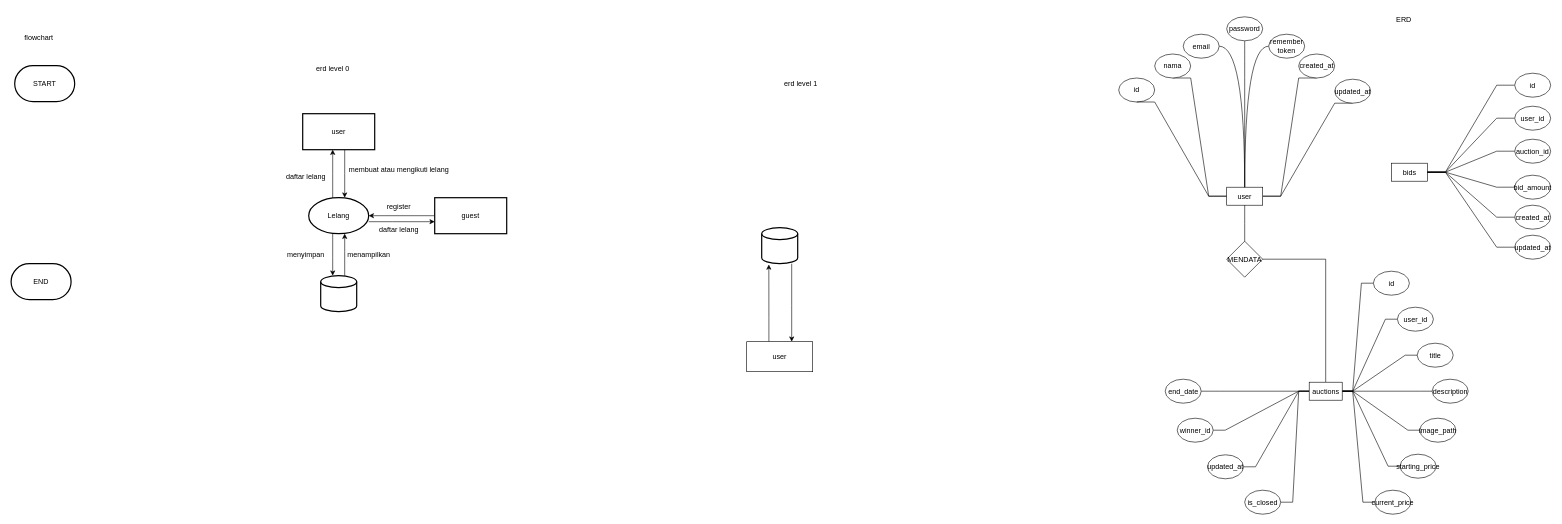
Earlier version of the draw.io diagram page "dfd level 0" (1 of 2) of erd.drawio (ujangPNG/tugas-besar-laravel). Source tidied: cells renumbered, new cells numbered last; positions are measured from the earlier drawing's top-left corner, leaving out a move shared by most shapes. Both pictures are drawn from the tidied source at 60%, with x=0, y=0 at pixel (11, 10).
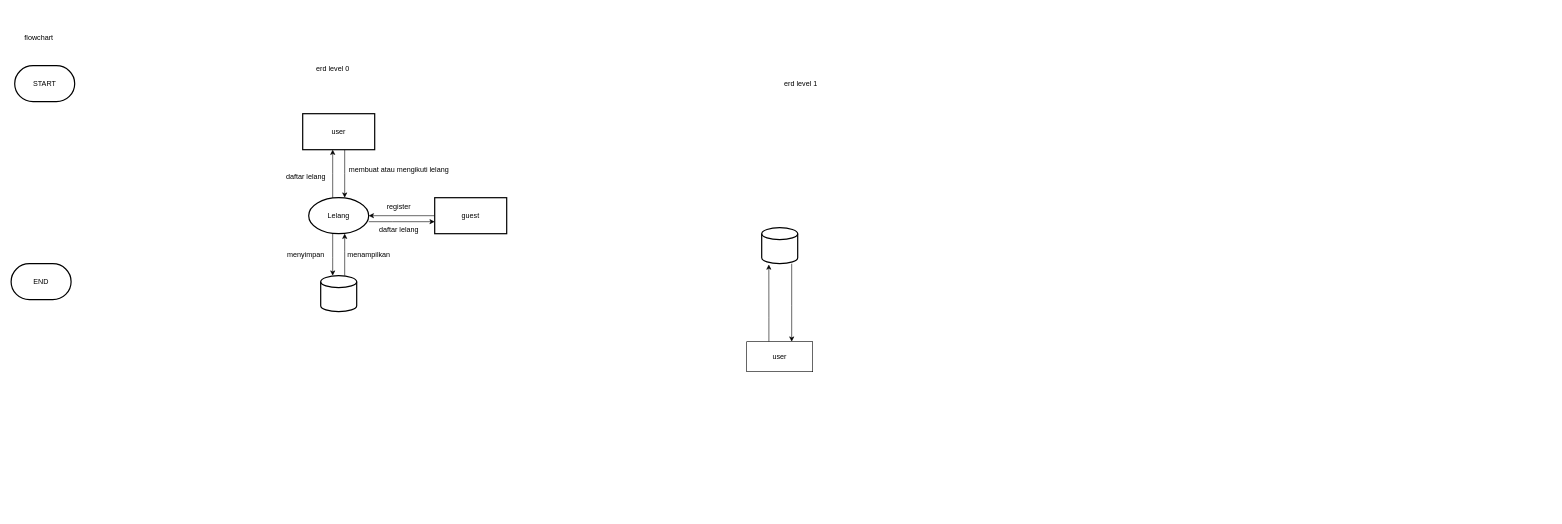
The same page after the edit.

Change to the diagram source:
```diff
@@
-    <mxCell id="27" value="ERD" style="text;html=1;align=center;verticalAlign=middle;strokeColor=none;fillColor=none;" parent="1" vertex="1">
-      <mxGeometry x="2296" width="50" height="30" as="geometry" />
-    </mxCell>
-    <mxCell id="28" value="id" style="ellipse;whiteSpace=wrap;html=1;" parent="1" vertex="1">
-      <mxGeometry x="1846" y="112.5" width="60" height="40" as="geometry" />
-    </mxCell>
-    <mxCell id="29" style="edgeStyle=entityRelationEdgeStyle;rounded=0;jettySize=auto;html=1;strokeWidth=1;strokeColor=default;endArrow=none;startFill=0;entryX=0.5;entryY=1;entryDx=0;entryDy=0;" parent="1" edge="1" source="33" target="28">
-      <mxGeometry relative="1" as="geometry" />
-    </mxCell>
-    <mxCell id="30" style="edgeStyle=entityRelationEdgeStyle;shape=connector;rounded=0;jettySize=auto;html=1;strokeColor=default;strokeWidth=1;align=center;verticalAlign=middle;fontFamily=Helvetica;fontSize=11;fontColor=default;labelBackgroundColor=default;startFill=0;endArrow=none;entryX=0.5;entryY=1;entryDx=0;entryDy=0;" parent="1" edge="1" source="33" target="37">
-      <mxGeometry relative="1" as="geometry" />
-    </mxCell>
-    <mxCell id="31" style="edgeStyle=entityRelationEdgeStyle;shape=connector;rounded=0;jettySize=auto;html=1;strokeColor=default;strokeWidth=1;align=center;verticalAlign=middle;fontFamily=Helvetica;fontSize=11;fontColor=default;labelBackgroundColor=default;startFill=0;endArrow=none;entryX=0.5;entryY=1;entryDx=0;entryDy=0;" parent="1" edge="1" source="33" target="44">
-      <mxGeometry relative="1" as="geometry" />
-    </mxCell>
-    <mxCell id="32" style="edgeStyle=entityRelationEdgeStyle;shape=connector;rounded=0;jettySize=auto;html=1;strokeColor=default;strokeWidth=1;align=center;verticalAlign=middle;fontFamily=Helvetica;fontSize=11;fontColor=default;labelBackgroundColor=default;startFill=0;endArrow=none;entryX=0.5;entryY=1;entryDx=0;entryDy=0;" parent="1" edge="1" source="33" target="45">
-      <mxGeometry relative="1" as="geometry" />
-    </mxCell>
-    <mxCell id="33" value="user" style="rounded=0;whiteSpace=wrap;html=1;" parent="1" vertex="1">
-      <mxGeometry x="2026" y="294.5" width="60" height="30" as="geometry" />
-    </mxCell>
-    <mxCell id="34" style="shape=connector;rounded=0;jettySize=auto;html=1;strokeColor=default;strokeWidth=1;align=center;verticalAlign=middle;fontFamily=Helvetica;fontSize=11;fontColor=default;labelBackgroundColor=default;startFill=0;endArrow=none;edgeStyle=elbowEdgeStyle;elbow=vertical;" parent="1" edge="1" source="36" target="33">
-      <mxGeometry relative="1" as="geometry" />
-    </mxCell>
-    <mxCell id="35" style="shape=connector;rounded=0;jettySize=auto;html=1;strokeColor=default;strokeWidth=1;align=center;verticalAlign=middle;fontFamily=Helvetica;fontSize=11;fontColor=default;labelBackgroundColor=default;startFill=0;endArrow=none;edgeStyle=elbowEdgeStyle;elbow=vertical;exitX=1;exitY=0.5;exitDx=0;exitDy=0;jumpStyle=gap;" parent="1" edge="1" source="36" target="58">
-      <mxGeometry relative="1" as="geometry">
-        <Array as="points">
-          <mxPoint x="2136" y="414.5" />
-        </Array>
-      </mxGeometry>
-    </mxCell>
-    <mxCell id="36" value="MENDATA" style="rhombus;whiteSpace=wrap;html=1;" parent="1" vertex="1">
-      <mxGeometry x="2026" y="384.5" width="60" height="60" as="geometry" />
-    </mxCell>
-    <mxCell id="37" value="nama" style="ellipse;whiteSpace=wrap;html=1;" parent="1" vertex="1">
-      <mxGeometry x="1906" y="72.5" width="60" height="40" as="geometry" />
-    </mxCell>
-    <mxCell id="38" style="edgeStyle=orthogonalEdgeStyle;shape=connector;curved=1;rounded=0;jettySize=auto;html=1;strokeColor=default;strokeWidth=1;align=center;verticalAlign=middle;fontFamily=Helvetica;fontSize=11;fontColor=default;labelBackgroundColor=default;startFill=0;endArrow=none;" parent="1" edge="1" source="39" target="33">
-      <mxGeometry relative="1" as="geometry" />
-    </mxCell>
-    <mxCell id="39" value="email" style="ellipse;whiteSpace=wrap;html=1;" parent="1" vertex="1">
-      <mxGeometry x="1953.5" y="39.5" width="60" height="40" as="geometry" />
-    </mxCell>
-    <mxCell id="40" style="edgeStyle=orthogonalEdgeStyle;shape=connector;curved=1;rounded=0;jettySize=auto;html=1;strokeColor=default;strokeWidth=1;align=center;verticalAlign=middle;fontFamily=Helvetica;fontSize=11;fontColor=default;labelBackgroundColor=default;startFill=0;endArrow=none;" parent="1" edge="1" source="41" target="33">
-      <mxGeometry relative="1" as="geometry" />
-    </mxCell>
-    <mxCell id="41" value="password" style="ellipse;whiteSpace=wrap;html=1;" parent="1" vertex="1">
-      <mxGeometry x="2026" y="10.5" width="60" height="40" as="geometry" />
-    </mxCell>
-    <mxCell id="42" style="edgeStyle=orthogonalEdgeStyle;shape=connector;curved=1;rounded=0;jettySize=auto;html=1;strokeColor=default;strokeWidth=1;align=center;verticalAlign=middle;fontFamily=Helvetica;fontSize=11;fontColor=default;labelBackgroundColor=default;startFill=0;endArrow=none;" parent="1" edge="1" source="43" target="33">
-      <mxGeometry relative="1" as="geometry" />
-    </mxCell>
-    <mxCell id="43" value="remember&lt;div&gt;token&lt;/div&gt;" style="ellipse;whiteSpace=wrap;html=1;" parent="1" vertex="1">
-      <mxGeometry x="2096" y="39.5" width="60" height="40" as="geometry" />
-    </mxCell>
-    <mxCell id="44" value="created_at" style="ellipse;whiteSpace=wrap;html=1;" parent="1" vertex="1">
-      <mxGeometry x="2146" y="72.5" width="60" height="40" as="geometry" />
-    </mxCell>
-    <mxCell id="45" value="updated_at" style="ellipse;whiteSpace=wrap;html=1;" parent="1" vertex="1">
-      <mxGeometry x="2206" y="114.5" width="60" height="40" as="geometry" />
-    </mxCell>
-    <mxCell id="46" style="edgeStyle=entityRelationEdgeStyle;rounded=0;jettySize=auto;html=1;strokeWidth=1;strokeColor=default;endArrow=none;startFill=0;horizontal=0;" parent="1" edge="1" source="53" target="58">
-      <mxGeometry relative="1" as="geometry" />
-    </mxCell>
-    <mxCell id="47" style="edgeStyle=entityRelationEdgeStyle;shape=connector;rounded=0;jettySize=auto;html=1;strokeColor=default;strokeWidth=1;align=center;verticalAlign=middle;fontFamily=Helvetica;fontSize=11;fontColor=default;labelBackgroundColor=default;startFill=0;endArrow=none;horizontal=0;" parent="1" edge="1" source="59" target="58">
-      <mxGeometry relative="1" as="geometry" />
-    </mxCell>
-    <mxCell id="48" style="edgeStyle=entityRelationEdgeStyle;shape=connector;rounded=0;jettySize=auto;html=1;strokeColor=default;strokeWidth=1;align=center;verticalAlign=middle;fontFamily=Helvetica;fontSize=11;fontColor=default;labelBackgroundColor=default;startFill=0;endArrow=none;horizontal=0;" parent="1" edge="1" source="60" target="58">
-      <mxGeometry relative="1" as="geometry" />
-    </mxCell>
-    <mxCell id="49" style="edgeStyle=entityRelationEdgeStyle;shape=connector;rounded=0;jettySize=auto;html=1;strokeColor=default;strokeWidth=1;align=center;verticalAlign=middle;fontFamily=Helvetica;fontSize=11;fontColor=default;labelBackgroundColor=default;startFill=0;endArrow=none;horizontal=0;jumpStyle=none;" parent="1" edge="1" source="61" target="58">
-      <mxGeometry relative="1" as="geometry" />
-    </mxCell>
-    <mxCell id="50" style="edgeStyle=entityRelationEdgeStyle;shape=connector;rounded=0;jettySize=auto;html=1;strokeColor=default;strokeWidth=1;align=center;verticalAlign=middle;fontFamily=Helvetica;fontSize=11;fontColor=default;labelBackgroundColor=default;startFill=0;endArrow=none;horizontal=0;" parent="1" edge="1" source="62" target="58">
-      <mxGeometry relative="1" as="geometry" />
-    </mxCell>
-    <mxCell id="51" style="edgeStyle=entityRelationEdgeStyle;shape=connector;rounded=0;jettySize=auto;html=1;strokeColor=default;strokeWidth=1;align=center;verticalAlign=middle;fontFamily=Helvetica;fontSize=11;fontColor=default;labelBackgroundColor=default;startFill=0;endArrow=none;horizontal=0;" parent="1" edge="1" source="63" target="58">
-      <mxGeometry relative="1" as="geometry" />
-    </mxCell>
-    <mxCell id="52" style="edgeStyle=entityRelationEdgeStyle;shape=connector;rounded=0;jettySize=auto;html=1;strokeColor=default;strokeWidth=1;align=center;verticalAlign=middle;fontFamily=Helvetica;fontSize=11;fontColor=default;labelBackgroundColor=default;startFill=0;endArrow=none;horizontal=0;" parent="1" edge="1" source="64" target="58">
-      <mxGeometry relative="1" as="geometry" />
-    </mxCell>
-    <mxCell id="53" value="id" style="ellipse;whiteSpace=wrap;html=1;rotation=90;direction=south;horizontal=0;" parent="1" vertex="1">
-      <mxGeometry x="2280.5" y="424.5" width="40" height="60" as="geometry" />
-    </mxCell>
-    <mxCell id="54" style="edgeStyle=entityRelationEdgeStyle;shape=connector;rounded=0;jettySize=auto;html=1;strokeColor=default;strokeWidth=1;align=center;verticalAlign=middle;fontFamily=Helvetica;fontSize=11;fontColor=default;labelBackgroundColor=default;startFill=0;endArrow=none;entryX=0;entryY=0.5;entryDx=0;entryDy=0;exitX=1;exitY=0.5;exitDx=0;exitDy=0;" parent="1" edge="1" source="58" target="65">
-      <mxGeometry relative="1" as="geometry">
-        <Array as="points">
-          <mxPoint x="2203.5" y="689.5" />
-          <mxPoint x="2203.5" y="739.5" />
-          <mxPoint x="2183.5" y="739.5" />
-          <mxPoint x="2191.5" y="739.5" />
-          <mxPoint x="2203.5" y="739.5" />
-          <mxPoint x="2213.5" y="739.5" />
-        </Array>
-      </mxGeometry>
-    </mxCell>
-    <mxCell id="55" style="edgeStyle=entityRelationEdgeStyle;shape=connector;rounded=0;jettySize=auto;html=1;strokeColor=default;strokeWidth=1;align=center;verticalAlign=middle;fontFamily=Helvetica;fontSize=11;fontColor=default;labelBackgroundColor=default;startFill=0;endArrow=none;" parent="1" edge="1" source="58" target="66">
-      <mxGeometry relative="1" as="geometry" />
-    </mxCell>
-    <mxCell id="56" style="edgeStyle=entityRelationEdgeStyle;shape=connector;rounded=0;jettySize=auto;html=1;strokeColor=default;strokeWidth=1;align=center;verticalAlign=middle;fontFamily=Helvetica;fontSize=11;fontColor=default;labelBackgroundColor=default;startFill=0;endArrow=none;" parent="1" edge="1" source="58" target="67">
-      <mxGeometry relative="1" as="geometry" />
-    </mxCell>
-    <mxCell id="57" style="edgeStyle=entityRelationEdgeStyle;shape=connector;rounded=0;jettySize=auto;html=1;strokeColor=default;strokeWidth=1;align=center;verticalAlign=middle;fontFamily=Helvetica;fontSize=11;fontColor=default;labelBackgroundColor=default;startFill=0;endArrow=none;" parent="1" edge="1" source="58" target="68">
-      <mxGeometry relative="1" as="geometry" />
-    </mxCell>
-    <mxCell id="58" value="auctions" style="rounded=0;whiteSpace=wrap;html=1;rotation=90;direction=south;horizontal=0;" parent="1" vertex="1">
-      <mxGeometry x="2176" y="607" width="30" height="55" as="geometry" />
-    </mxCell>
-    <mxCell id="59" value="user_id" style="ellipse;whiteSpace=wrap;html=1;rotation=90;direction=south;horizontal=0;" parent="1" vertex="1">
-      <mxGeometry x="2320.5" y="484.5" width="40" height="60" as="geometry" />
-    </mxCell>
-    <mxCell id="60" value="title" style="ellipse;whiteSpace=wrap;html=1;rotation=90;direction=south;horizontal=0;" parent="1" vertex="1">
-      <mxGeometry x="2353.5" y="544.5" width="40" height="60" as="geometry" />
-    </mxCell>
-    <mxCell id="61" value="description" style="ellipse;whiteSpace=wrap;html=1;rotation=90;direction=south;horizontal=0;" parent="1" vertex="1">
-      <mxGeometry x="2378.5" y="604.5" width="40" height="60" as="geometry" />
-    </mxCell>
-    <mxCell id="62" value="image_path" style="ellipse;whiteSpace=wrap;html=1;rotation=90;direction=south;horizontal=0;" parent="1" vertex="1">
-      <mxGeometry x="2358" y="669.5" width="40" height="60" as="geometry" />
-    </mxCell>
-    <mxCell id="63" value="starting_price" style="ellipse;whiteSpace=wrap;html=1;rotation=90;direction=south;horizontal=0;" parent="1" vertex="1">
-      <mxGeometry x="2325" y="729.5" width="40" height="60" as="geometry" />
-    </mxCell>
-    <mxCell id="64" value="current_price" style="ellipse;whiteSpace=wrap;html=1;rotation=90;direction=south;horizontal=0;" parent="1" vertex="1">
-      <mxGeometry x="2283" y="789.5" width="40" height="60" as="geometry" />
-    </mxCell>
-    <mxCell id="65" value="end_date" style="ellipse;whiteSpace=wrap;html=1;rotation=90;direction=south;horizontal=0;" parent="1" vertex="1">
-      <mxGeometry x="1933.5" y="604.5" width="40" height="60" as="geometry" />
-    </mxCell>
-    <mxCell id="66" value="is_closed" style="ellipse;whiteSpace=wrap;html=1;rotation=90;direction=south;horizontal=0;" parent="1" vertex="1">
-      <mxGeometry x="2066" y="789.5" width="40" height="60" as="geometry" />
-    </mxCell>
-    <mxCell id="67" value="updated_at" style="ellipse;whiteSpace=wrap;html=1;rotation=90;direction=south;horizontal=0;" parent="1" vertex="1">
-      <mxGeometry x="2004" y="730.5" width="40" height="60" as="geometry" />
-    </mxCell>
-    <mxCell id="68" value="winner_id" style="ellipse;whiteSpace=wrap;html=1;rotation=90;direction=south;horizontal=0;" parent="1" vertex="1">
-      <mxGeometry x="1953.5" y="669.5" width="40" height="60" as="geometry" />
-    </mxCell>
-    <mxCell id="69" value="bids" style="rounded=0;whiteSpace=wrap;html=1;" parent="1" vertex="1">
-      <mxGeometry x="2300.5" y="254.5" width="60" height="30" as="geometry" />
-    </mxCell>
-    <mxCell id="70" style="edgeStyle=entityRelationEdgeStyle;shape=connector;rounded=0;jettySize=auto;html=1;strokeColor=default;strokeWidth=1;align=center;verticalAlign=middle;fontFamily=Helvetica;fontSize=11;fontColor=default;labelBackgroundColor=default;startFill=0;endArrow=none;" parent="1" edge="1" source="71" target="69">
-      <mxGeometry relative="1" as="geometry" />
-    </mxCell>
-    <mxCell id="71" value="id" style="ellipse;whiteSpace=wrap;html=1;" parent="1" vertex="1">
-      <mxGeometry x="2506" y="104.5" width="60" height="40" as="geometry" />
-    </mxCell>
-    <mxCell id="72" style="edgeStyle=entityRelationEdgeStyle;shape=connector;rounded=0;jettySize=auto;html=1;strokeColor=default;strokeWidth=1;align=center;verticalAlign=middle;fontFamily=Helvetica;fontSize=11;fontColor=default;labelBackgroundColor=default;startFill=0;endArrow=none;" parent="1" edge="1" source="73" target="69">
-      <mxGeometry relative="1" as="geometry" />
-    </mxCell>
-    <mxCell id="73" value="user_id" style="ellipse;whiteSpace=wrap;html=1;" parent="1" vertex="1">
-      <mxGeometry x="2506" y="159.5" width="60" height="40" as="geometry" />
-    </mxCell>
-    <mxCell id="74" style="edgeStyle=entityRelationEdgeStyle;shape=connector;rounded=0;jettySize=auto;html=1;strokeColor=default;strokeWidth=1;align=center;verticalAlign=middle;fontFamily=Helvetica;fontSize=11;fontColor=default;labelBackgroundColor=default;startFill=0;endArrow=none;" parent="1" edge="1" source="75" target="69">
-      <mxGeometry relative="1" as="geometry" />
-    </mxCell>
-    <mxCell id="75" value="auction_id" style="ellipse;whiteSpace=wrap;html=1;" parent="1" vertex="1">
-      <mxGeometry x="2506" y="214.5" width="60" height="40" as="geometry" />
-    </mxCell>
-    <mxCell id="76" style="edgeStyle=entityRelationEdgeStyle;shape=connector;rounded=0;jettySize=auto;html=1;strokeColor=default;strokeWidth=1;align=center;verticalAlign=middle;fontFamily=Helvetica;fontSize=11;fontColor=default;labelBackgroundColor=default;startFill=0;endArrow=none;" parent="1" edge="1" source="77" target="69">
-      <mxGeometry relative="1" as="geometry" />
-    </mxCell>
-    <mxCell id="77" value="bid_amount" style="ellipse;whiteSpace=wrap;html=1;" parent="1" vertex="1">
-      <mxGeometry x="2506" y="274.5" width="60" height="40" as="geometry" />
-    </mxCell>
-    <mxCell id="78" style="edgeStyle=entityRelationEdgeStyle;shape=connector;rounded=0;jettySize=auto;html=1;strokeColor=default;strokeWidth=1;align=center;verticalAlign=middle;fontFamily=Helvetica;fontSize=11;fontColor=default;labelBackgroundColor=default;startFill=0;endArrow=none;" parent="1" edge="1" source="79" target="69">
-      <mxGeometry relative="1" as="geometry" />
-    </mxCell>
-    <mxCell id="79" value="created_at" style="ellipse;whiteSpace=wrap;html=1;" parent="1" vertex="1">
-      <mxGeometry x="2506" y="324.5" width="60" height="40" as="geometry" />
-    </mxCell>
-    <mxCell id="80" style="edgeStyle=entityRelationEdgeStyle;shape=connector;rounded=0;jettySize=auto;html=1;strokeColor=default;strokeWidth=1;align=center;verticalAlign=middle;fontFamily=Helvetica;fontSize=11;fontColor=default;labelBackgroundColor=default;startFill=0;endArrow=none;" parent="1" edge="1" source="81" target="69">
-      <mxGeometry relative="1" as="geometry" />
-    </mxCell>
-    <mxCell id="81" value="updated_at" style="ellipse;whiteSpace=wrap;html=1;" parent="1" vertex="1">
-      <mxGeometry x="2506" y="374.5" width="60" height="40" as="geometry" />
-    </mxCell>
```
